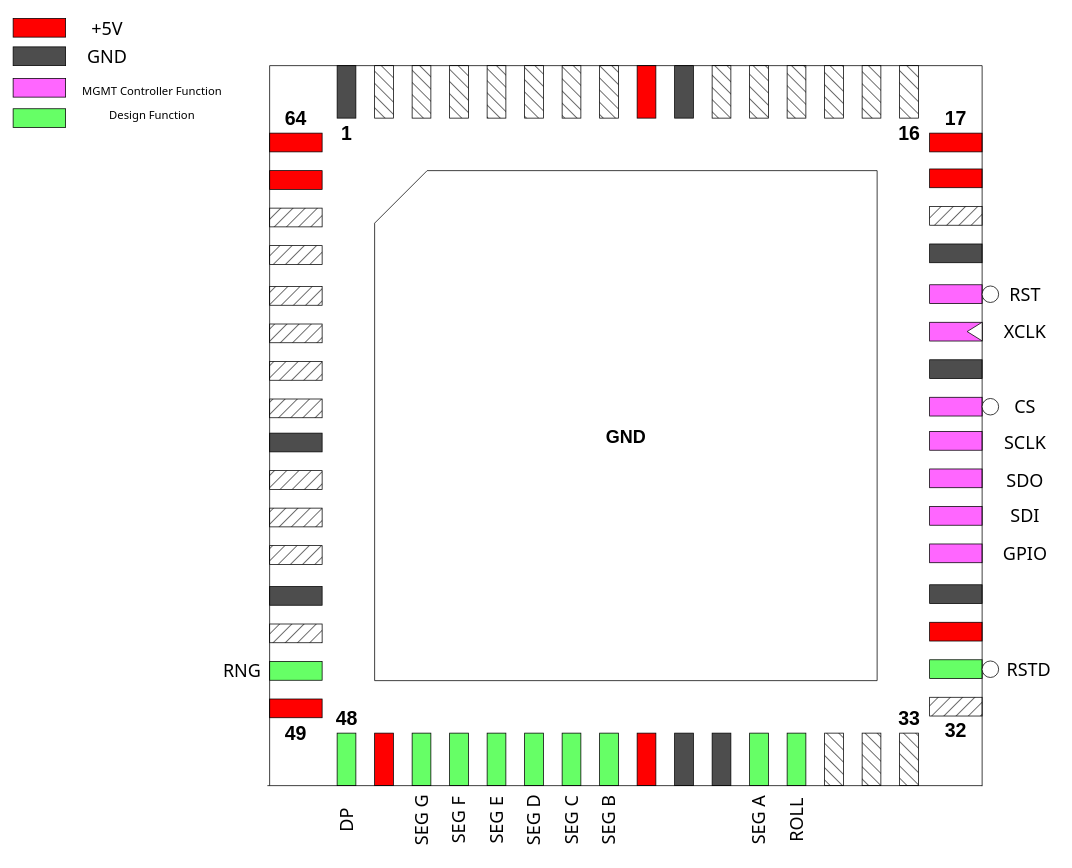
AvalonSemiconductors/gfmpw1-multi keeps this draw.io diagram as verilog/rtl/Diceroll/pinout.drawio. Above is the earlier version. Source tidied: cells renumbered, new cells numbered last; positions are measured from the earlier drawing's top-left corner, leaving out a move shared by most shapes. Both pictures are drawn from the tidied source at 75%, with x=0, y=0 at pixel (13, 12).
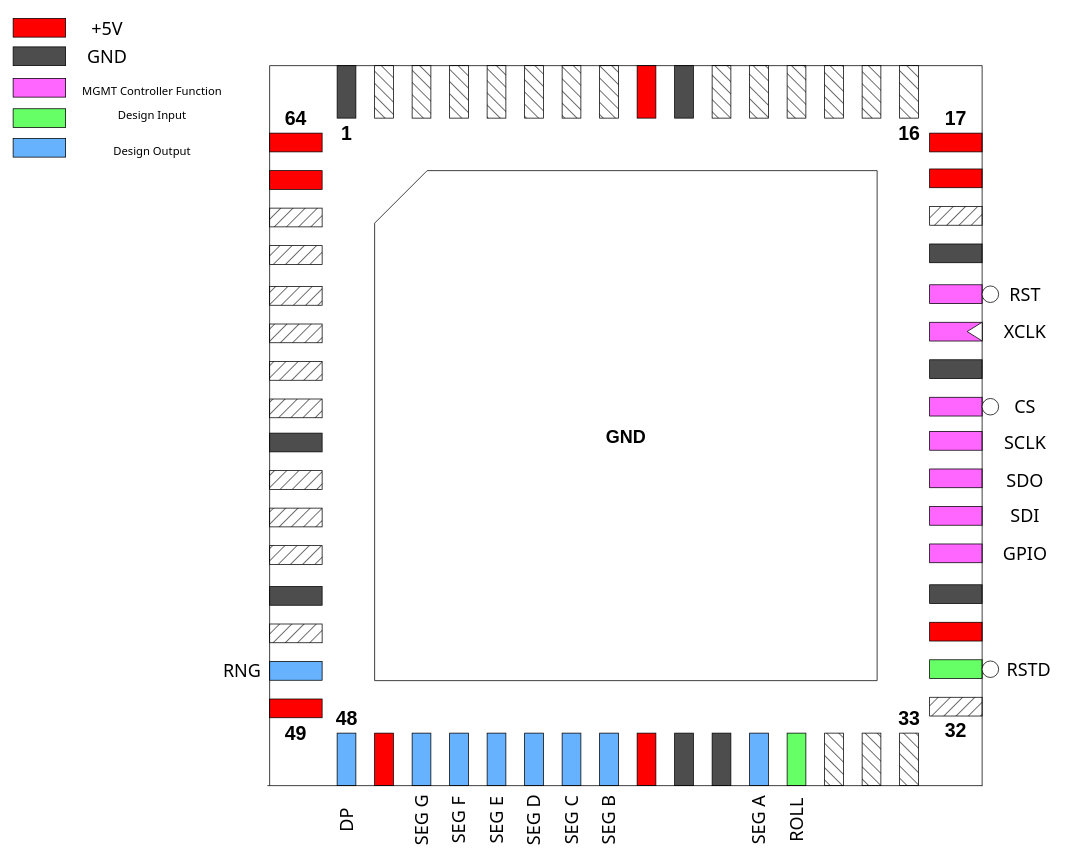
Above is the later version.

The edit, as a diff of the source:
```diff
@@
-    <mxCell id="16" style="rounded=0;whiteSpace=wrap;html=1;fillColor=#66FF66;" parent="1" vertex="1">
+    <mxCell id="16" style="rounded=0;whiteSpace=wrap;html=1;fillColor=#66B2FF;" parent="1" vertex="1">
       <mxGeometry x="342" y="865.5" width="70" height="25" as="geometry" />
     </mxCell>
@@
-    <mxCell id="34" style="rounded=0;whiteSpace=wrap;html=1;direction=south;fillColor=#66FF66;" parent="1" vertex="1">
+    <mxCell id="34" style="rounded=0;whiteSpace=wrap;html=1;direction=south;fillColor=#66B2FF;" parent="1" vertex="1">
       <mxGeometry x="432" y="961" width="25" height="70" as="geometry" />
     </mxCell>
@@
-    <mxCell id="36" style="rounded=0;whiteSpace=wrap;html=1;direction=south;fillColor=#66FF66;" parent="1" vertex="1">
+    <mxCell id="36" style="rounded=0;whiteSpace=wrap;html=1;direction=south;fillColor=#66B2FF;" parent="1" vertex="1">
       <mxGeometry x="532" y="961" width="25" height="70" as="geometry" />
     </mxCell>
-    <mxCell id="37" style="rounded=0;whiteSpace=wrap;html=1;direction=south;fillColor=#66FF66;" parent="1" vertex="1">
+    <mxCell id="37" style="rounded=0;whiteSpace=wrap;html=1;direction=south;fillColor=#66B2FF;" parent="1" vertex="1">
       <mxGeometry x="582" y="961" width="25" height="70" as="geometry" />
     </mxCell>
-    <mxCell id="38" style="rounded=0;whiteSpace=wrap;html=1;direction=south;fillColor=#66FF66;" parent="1" vertex="1">
+    <mxCell id="38" style="rounded=0;whiteSpace=wrap;html=1;direction=south;fillColor=#66B2FF;" parent="1" vertex="1">
       <mxGeometry x="632" y="961" width="25" height="70" as="geometry" />
     </mxCell>
-    <mxCell id="39" style="rounded=0;whiteSpace=wrap;html=1;direction=south;fillColor=#66FF66;" parent="1" vertex="1">
+    <mxCell id="39" style="rounded=0;whiteSpace=wrap;html=1;direction=south;fillColor=#66B2FF;" parent="1" vertex="1">
       <mxGeometry x="682" y="961" width="25" height="70" as="geometry" />
     </mxCell>
-    <mxCell id="40" style="rounded=0;whiteSpace=wrap;html=1;direction=south;fillColor=#66FF66;" parent="1" vertex="1">
+    <mxCell id="40" style="rounded=0;whiteSpace=wrap;html=1;direction=south;fillColor=#66B2FF;" parent="1" vertex="1">
       <mxGeometry x="732" y="961" width="25" height="70" as="geometry" />
     </mxCell>
-    <mxCell id="41" style="rounded=0;whiteSpace=wrap;html=1;direction=south;fillColor=#66FF66;" parent="1" vertex="1">
+    <mxCell id="41" style="rounded=0;whiteSpace=wrap;html=1;direction=south;fillColor=#66B2FF;" parent="1" vertex="1">
       <mxGeometry x="782" y="961" width="25" height="70" as="geometry" />
     </mxCell>
@@
-    <mxCell id="45" style="rounded=0;whiteSpace=wrap;html=1;direction=south;fillColor=#66FF66;" parent="1" vertex="1">
+    <mxCell id="45" style="rounded=0;whiteSpace=wrap;html=1;direction=south;fillColor=#66B2FF;" parent="1" vertex="1">
       <mxGeometry x="982" y="961" width="25" height="70" as="geometry" />
     </mxCell>
@@
-    <mxCell id="112" value="&lt;div style=&quot;font-size: 23px;&quot;&gt;&lt;font style=&quot;font-size: 15px;&quot;&gt;Design Function&lt;br&gt;&lt;/font&gt;&lt;/div&gt;" style="text;html=1;align=center;verticalAlign=middle;strokeColor=none;fillColor=none;fontFamily=Tahoma;" parent="1" vertex="1">
-      <mxGeometry x="115" y="113.5" width="140" height="40" as="geometry" />
+    <mxCell id="112" value="&lt;div style=&quot;font-size: 23px;&quot;&gt;&lt;font style=&quot;font-size: 15px;&quot;&gt;Design Input&lt;br&gt;&lt;/font&gt;&lt;/div&gt;" style="text;html=1;align=center;verticalAlign=middle;strokeColor=none;fillColor=none;fontFamily=Tahoma;" parent="1" vertex="1">
+      <mxGeometry x="125" y="113.5" width="120" height="40" as="geometry" />
     </mxCell>
@@
+    <mxCell id="114" style="rounded=0;whiteSpace=wrap;html=1;fillColor=#66B2FF;" parent="1" vertex="1">
+      <mxGeometry y="168" width="70" height="25" as="geometry" />
+    </mxCell>
+    <mxCell id="115" value="&lt;div style=&quot;font-size: 23px;&quot;&gt;&lt;font style=&quot;font-size: 15px;&quot;&gt;Design Output&lt;br&gt;&lt;/font&gt;&lt;/div&gt;" style="text;html=1;align=center;verticalAlign=middle;strokeColor=none;fillColor=none;fontFamily=Tahoma;" parent="1" vertex="1">
+      <mxGeometry x="120" y="160.5" width="130" height="40" as="geometry" />
+    </mxCell>
```
